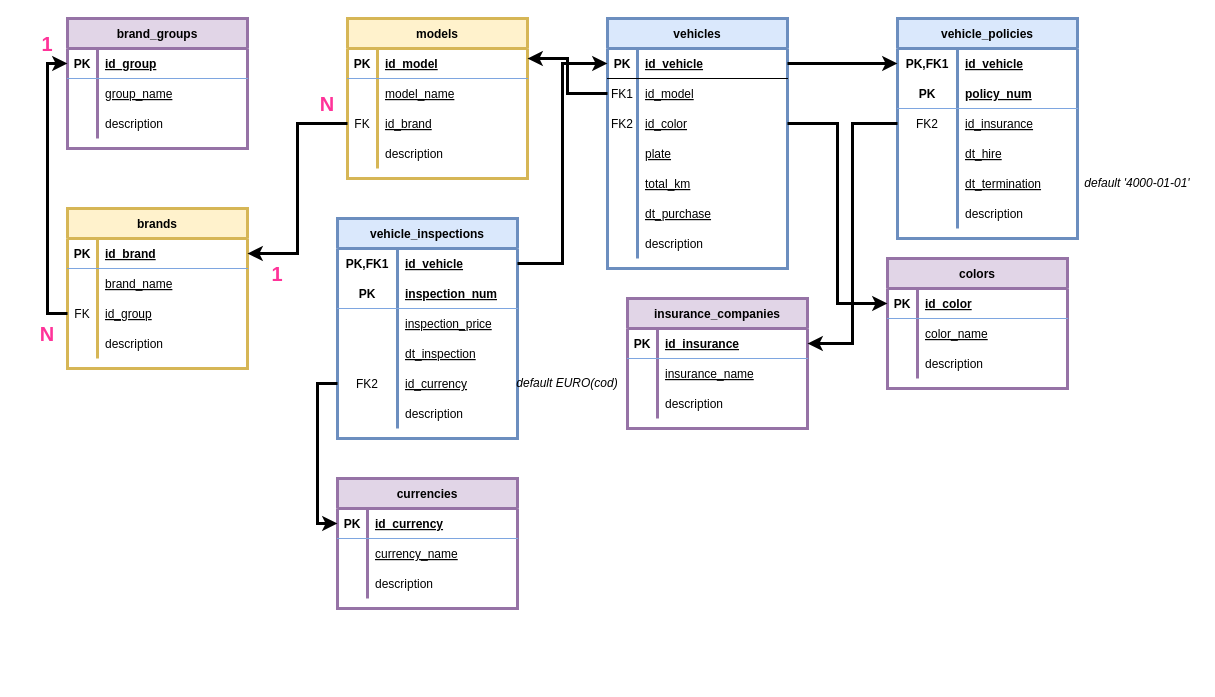
ANILUX3/practicaSQL keeps this draw.io diagram as ER_AnA.drawio. Above is the earlier version. Source tidied: cells renumbered, new cells numbered last; positions are measured from the earlier drawing's top-left corner, leaving out a move shared by most shapes. Both pictures are drawn from the tidied source at 100%, with x=0, y=0 at pixel (17, 18).
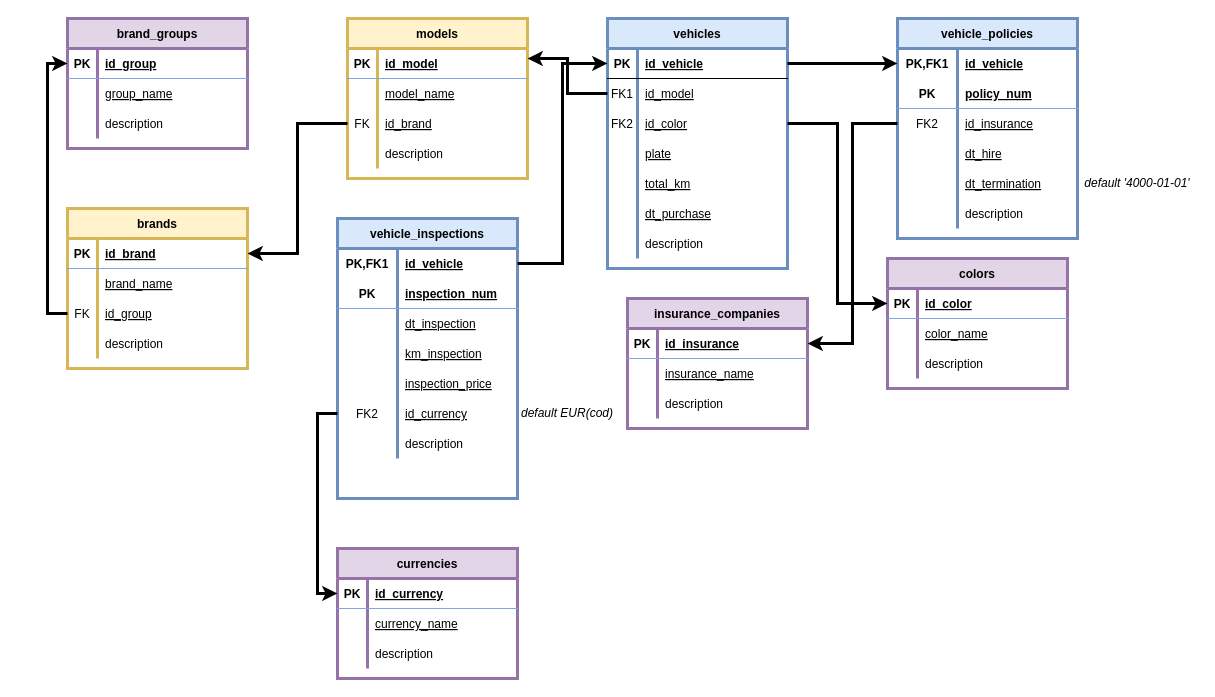
After the change.

What changed in the source:
```diff
@@
     <mxCell id="80" value="currencies" style="shape=table;startSize=30;childLayout=tableLayout;rowLines=0;fontStyle=1;align=center;strokeColor=#9673a6;fillColor=#e1d5e7;strokeWidth=3;" parent="1" vertex="1">
-      <mxGeometry x="320" y="460" width="180" height="130" as="geometry" />
+      <mxGeometry x="320" y="530" width="180" height="130" as="geometry" />
     </mxCell>
@@
     <mxCell id="110" value="vehicle_inspections" style="shape=table;startSize=30;childLayout=tableLayout;rowLines=0;fontStyle=1;align=center;strokeColor=#6c8ebf;fillColor=#dae8fc;strokeWidth=3;" parent="1" vertex="1">
-      <mxGeometry x="320" y="200" width="180" height="220" as="geometry" />
+      <mxGeometry x="320" y="200" width="180" height="280" as="geometry" />
     </mxCell>
@@
-    <mxCell id="117" style="shape=tableRow;horizontal=0;startSize=0;swimlaneHead=0;swimlaneBody=0;fillColor=none;top=0;left=0;right=0;bottom=0;strokeColor=#7EA6E0;" parent="110" vertex="1">
-      <mxGeometry y="90" width="180" height="30" as="geometry" />
-    </mxCell>
-    <mxCell id="118" style="shape=partialRectangle;fillColor=none;top=0;left=0;bottom=0;right=0;overflow=hidden;strokeColor=#7EA6E0;" parent="117" vertex="1">
-      <mxGeometry width="60" height="30" as="geometry" />
-    </mxCell>
-    <mxCell id="119" value="inspection_price" style="shape=partialRectangle;fillColor=none;top=0;left=0;bottom=0;right=0;align=left;spacingLeft=6;overflow=hidden;strokeColor=#7EA6E0;fontStyle=4;" parent="117" vertex="1">
-      <mxGeometry x="60" width="120" height="30" as="geometry" />
-    </mxCell>
     <mxCell id="120" style="shape=tableRow;horizontal=0;startSize=0;swimlaneHead=0;swimlaneBody=0;fillColor=none;top=0;left=0;right=0;bottom=0;strokeColor=#7EA6E0;" parent="110" vertex="1">
-      <mxGeometry y="120" width="180" height="30" as="geometry" />
+      <mxGeometry y="90" width="180" height="30" as="geometry" />
     </mxCell>
@@
+    <mxCell id="142" style="shape=tableRow;horizontal=0;startSize=0;swimlaneHead=0;swimlaneBody=0;fillColor=none;top=0;left=0;right=0;bottom=0;strokeColor=#7EA6E0;" parent="110" vertex="1">
+      <mxGeometry y="120" width="180" height="30" as="geometry" />
+    </mxCell>
+    <mxCell id="143" style="shape=partialRectangle;fillColor=none;top=0;left=0;bottom=0;right=0;overflow=hidden;strokeColor=#7EA6E0;" parent="142" vertex="1">
+      <mxGeometry width="60" height="30" as="geometry" />
+    </mxCell>
+    <mxCell id="144" value="km_inspection" style="shape=partialRectangle;fillColor=none;top=0;left=0;bottom=0;right=0;align=left;spacingLeft=6;overflow=hidden;strokeColor=#7EA6E0;fontStyle=4;" parent="142" vertex="1">
+      <mxGeometry x="60" width="120" height="30" as="geometry" />
+    </mxCell>
+    <mxCell id="145" style="shape=tableRow;horizontal=0;startSize=0;swimlaneHead=0;swimlaneBody=0;fillColor=none;top=0;left=0;right=0;bottom=0;strokeColor=#7EA6E0;" parent="110" vertex="1">
+      <mxGeometry y="150" width="180" height="30" as="geometry" />
+    </mxCell>
+    <mxCell id="146" style="shape=partialRectangle;fillColor=none;top=0;left=0;bottom=0;right=0;overflow=hidden;strokeColor=#7EA6E0;" parent="145" vertex="1">
+      <mxGeometry width="60" height="30" as="geometry" />
+    </mxCell>
+    <mxCell id="119" value="inspection_price" style="shape=partialRectangle;fillColor=none;top=0;left=0;bottom=0;right=0;align=left;spacingLeft=6;overflow=hidden;strokeColor=#7EA6E0;fontStyle=4;" parent="145" vertex="1">
+      <mxGeometry x="60" width="120" height="30" as="geometry" />
+    </mxCell>
     <mxCell id="123" style="shape=tableRow;horizontal=0;startSize=0;swimlaneHead=0;swimlaneBody=0;fillColor=none;points=[[0,0.5],[1,0.5]];portConstraint=eastwest;top=0;left=0;right=0;bottom=0;strokeColor=#7EA6E0;" parent="110" vertex="1">
-      <mxGeometry y="150" width="180" height="30" as="geometry" />
+      <mxGeometry y="180" width="180" height="30" as="geometry" />
     </mxCell>
@@
     <mxCell id="126" style="shape=tableRow;horizontal=0;startSize=0;swimlaneHead=0;swimlaneBody=0;fillColor=none;top=0;left=0;right=0;bottom=0;strokeColor=#7EA6E0;" parent="110" vertex="1">
-      <mxGeometry y="180" width="180" height="30" as="geometry" />
+      <mxGeometry y="210" width="180" height="30" as="geometry" />
     </mxCell>
@@
-    <mxCell id="129" value="default EURO(cod)" style="text;html=1;strokeColor=none;fillColor=none;align=center;verticalAlign=middle;whiteSpace=wrap;rounded=0;fontStyle=2;" parent="1" vertex="1">
-      <mxGeometry x="490" y="350" width="120" height="30" as="geometry" />
+    <mxCell id="129" value="default EUR(cod)" style="text;html=1;strokeColor=none;fillColor=none;align=center;verticalAlign=middle;whiteSpace=wrap;rounded=0;fontStyle=2;" parent="1" vertex="1">
+      <mxGeometry x="490" y="380" width="120" height="30" as="geometry" />
     </mxCell>
@@
-    <mxCell id="131" value="&lt;font color=&quot;#ff3399&quot; style=&quot;font-size: 20px;&quot;&gt;N&lt;/font&gt;" style="text;html=1;strokeColor=none;fillColor=none;align=center;verticalAlign=middle;whiteSpace=wrap;rounded=0;strokeWidth=3;fontStyle=1;" parent="1" vertex="1">
-      <mxGeometry y="300" width="60" height="30" as="geometry" />
-    </mxCell>
-    <mxCell id="132" value="1" style="text;html=1;strokeColor=none;fillColor=none;align=center;verticalAlign=middle;whiteSpace=wrap;rounded=0;strokeWidth=3;fontSize=20;fontColor=#FF3399;fontStyle=1;" parent="1" vertex="1">
-      <mxGeometry y="10" width="60" height="30" as="geometry" />
-    </mxCell>
@@
-    <mxCell id="134" value="&lt;font color=&quot;#ff3399&quot; style=&quot;font-size: 20px;&quot;&gt;N&lt;/font&gt;" style="text;html=1;strokeColor=none;fillColor=none;align=center;verticalAlign=middle;whiteSpace=wrap;rounded=0;strokeWidth=3;fontStyle=1;" parent="1" vertex="1">
-      <mxGeometry x="280" y="70" width="60" height="30" as="geometry" />
-    </mxCell>
-    <mxCell id="135" value="1" style="text;html=1;strokeColor=none;fillColor=none;align=center;verticalAlign=middle;whiteSpace=wrap;rounded=0;strokeWidth=3;fontSize=20;fontColor=#FF3399;fontStyle=1;" parent="1" vertex="1">
-      <mxGeometry x="230" y="240" width="60" height="30" as="geometry" />
-    </mxCell>
```
